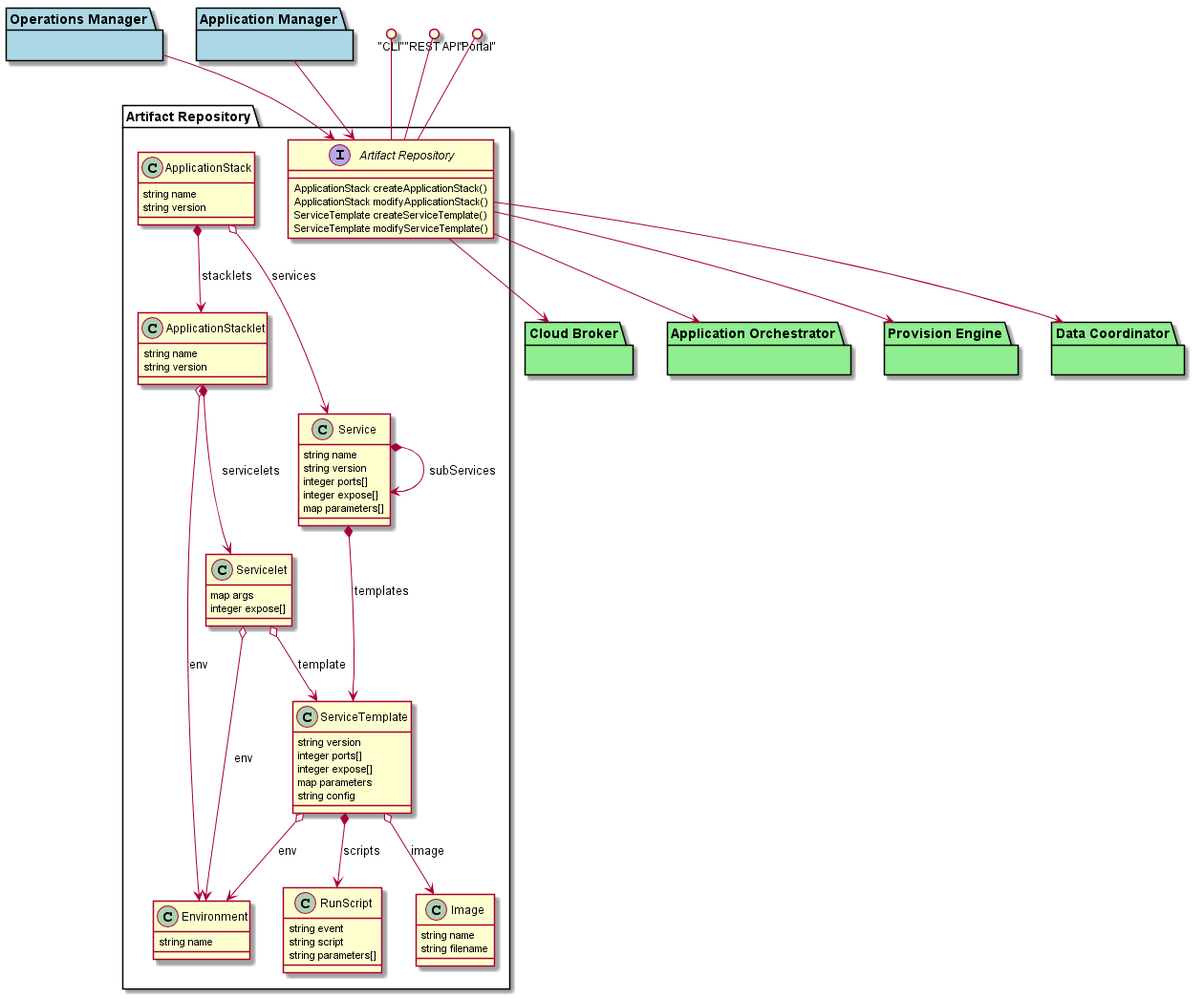
Above: docs/Solution/Artifact-Repository/Logical.png in CAADE/C3 (PlantUML), before the change.
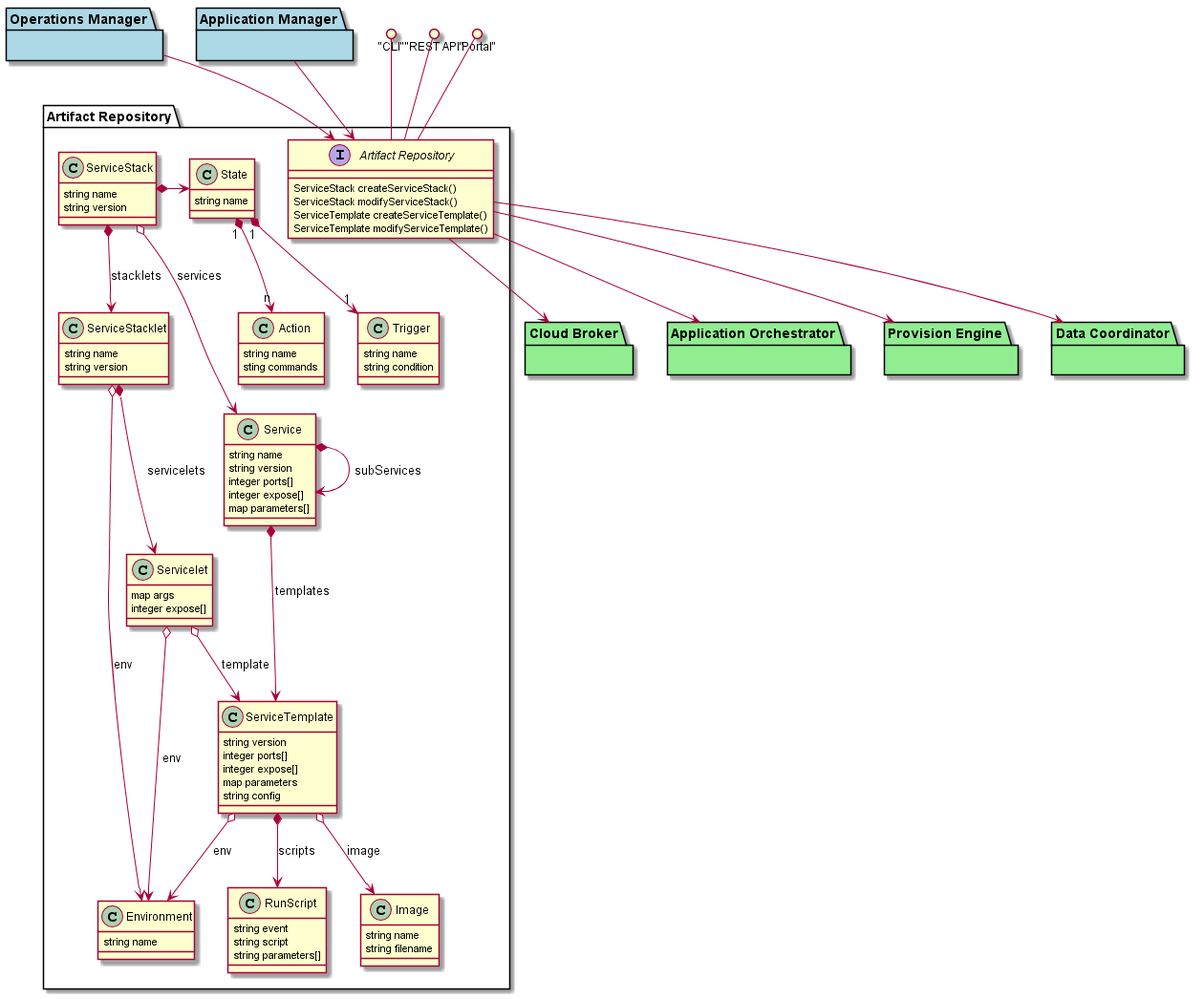
After the commit.

What changed in the source:
```diff
@@ -1,19 +1,34 @@
 @startuml
 package "Artifact Repository" {
   interface "Artifact Repository" {
-      ApplicationStack createApplicationStack()
-      ApplicationStack modifyApplicationStack()
+      ServiceStack createServiceStack()
+      ServiceStack modifyServiceStack()
       ServiceTemplate createServiceTemplate()
       ServiceTemplate modifyServiceTemplate()
   }
-  class ApplicationStack {
+  class ServiceStack {
     string name
     string version
   }
-  class ApplicationStacklet {
+  class State {
+    string name
+  }
+  class Action {
+    string name
+    sting commands
+  }
+  class Trigger {
+    string name
+    string condition
+  }
+  State "1" *--> "n" Action
+  State "1" *--> "1" Trigger
+
+  class ServiceStacklet {
     string name
     string version
   }
+  ServiceStack *-> State
   class Service {
     string name
     string version
@@ -53,10 +68,10 @@
 ServiceTemplate o--> Image : image
 Servicelet o--> Environment : env
 Servicelet o--> ServiceTemplate : template
-ApplicationStack *--> "ApplicationStacklet" : stacklets
-ApplicationStacklet o--> "Environment" : env
-ApplicationStacklet *--> "Servicelet" : servicelets
-ApplicationStack o--> "Service" : services
+ServiceStack *--> "ServiceStacklet" : stacklets
+ServiceStacklet o--> "Environment" : env
+ServiceStacklet *--> "Servicelet" : servicelets
+ServiceStack o--> "Service" : services
 
 "CLI" ()-- "Artifact Repository"
 "REST API" ()-- "Artifact Repository"
```
